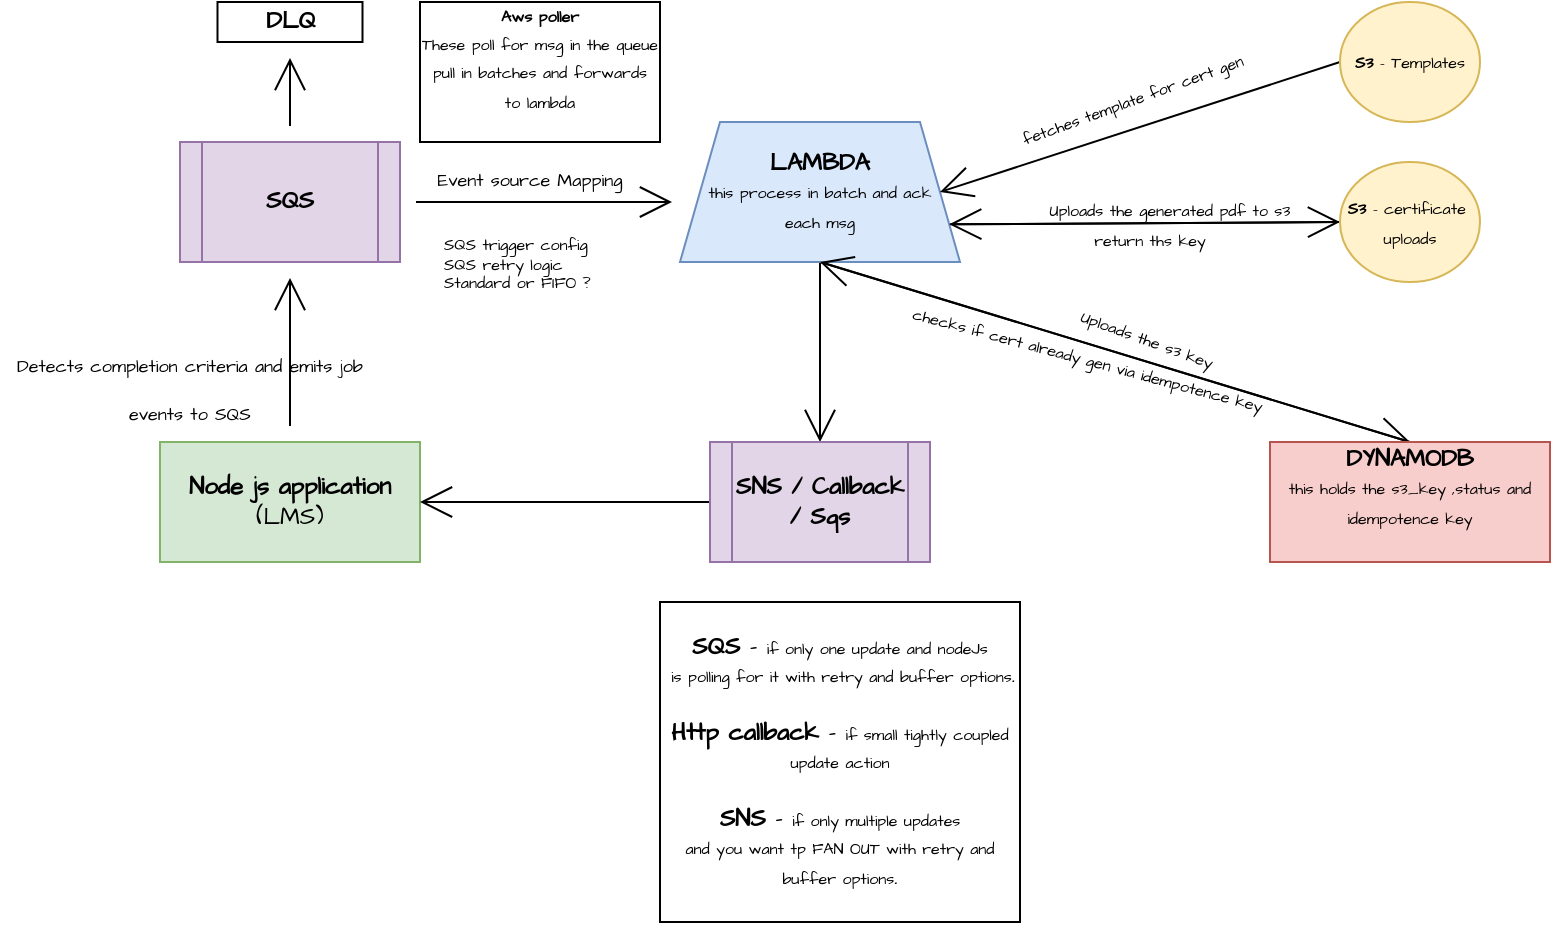
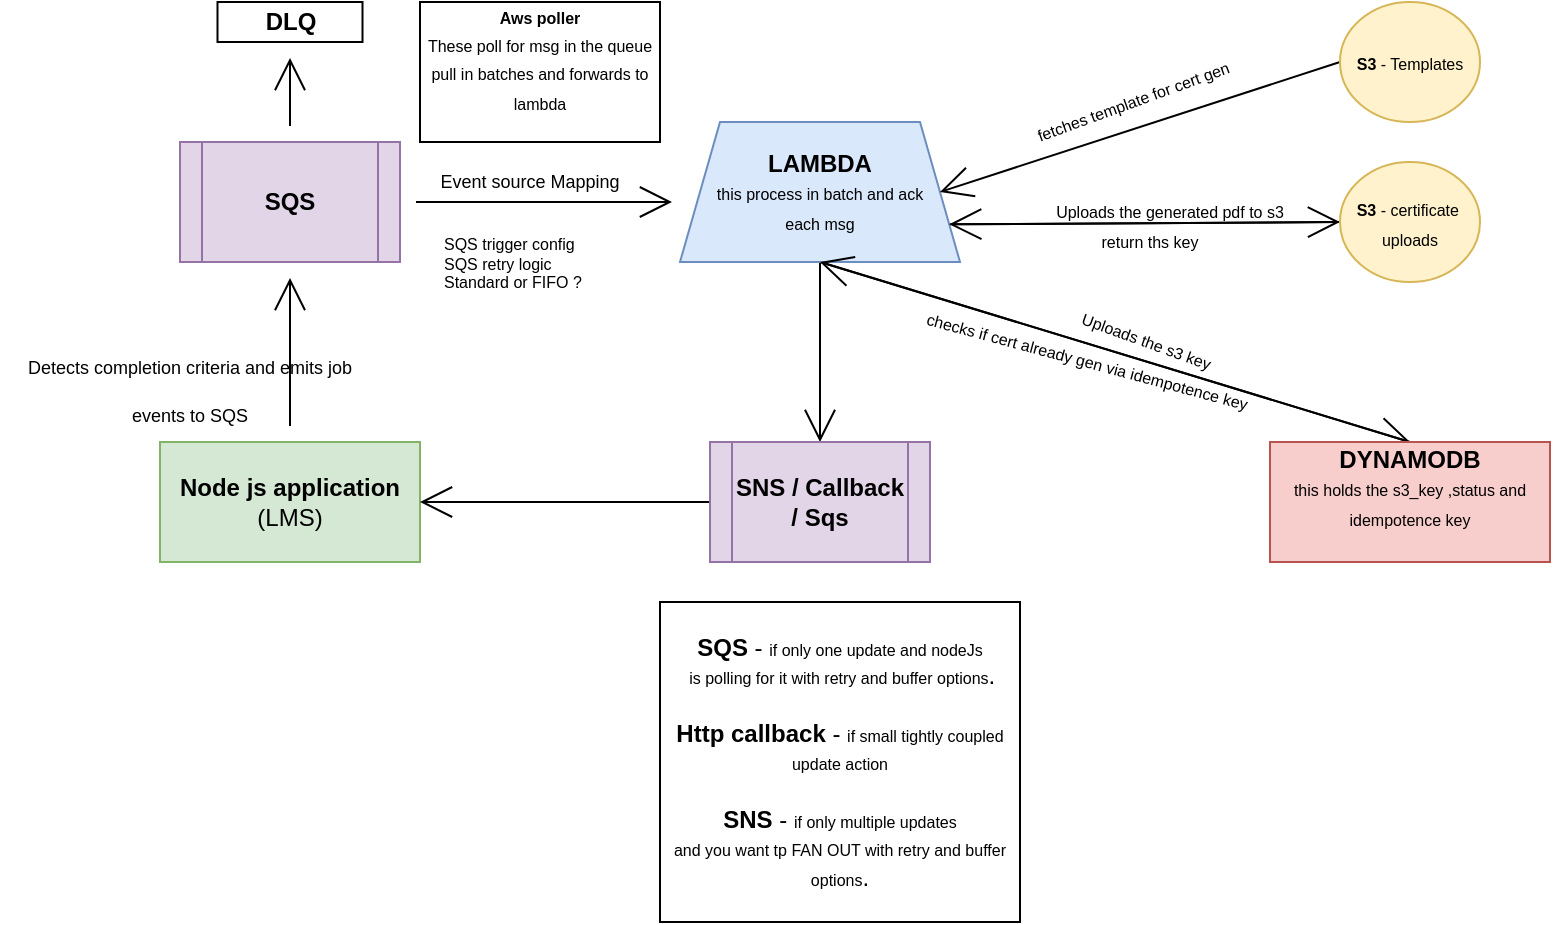
<mxfile host="app.diagrams.net">
  <diagram name="Page-1" id="F6IZr67Q-73VVXjbw4A1">
-     <mxGraphModel dx="1512" dy="696" grid="1" gridSize="10" guides="1" tooltips="1" connect="1" arrows="1" fold="1" page="1" pageScale="1" pageWidth="850" pageHeight="1100" math="0" shadow="0">
+     <mxGraphModel dx="1372" dy="629" grid="1" gridSize="10" guides="1" tooltips="1" connect="1" arrows="1" fold="1" page="1" pageScale="1" pageWidth="850" pageHeight="1100" math="0" shadow="0">
      <root>
        <mxCell id="0" />
        <mxCell id="1" parent="0" />
-         <mxCell id="TBFKdWsUAUS7bOd73bcL-4" edge="1" parent="1" source="TBFKdWsUAUS7bOd73bcL-1" style="edgeStyle=none;curved=1;rounded=0;orthogonalLoop=1;jettySize=auto;html=1;fontFamily=Architects Daughter;fontSource=https%3A%2F%2Ffonts.googleapis.com%2Fcss%3Ffamily%3DArchitects%2BDaughter;fontSize=16;startSize=14;endArrow=open;endSize=14;sourcePerimeterSpacing=8;targetPerimeterSpacing=8;" target="TBFKdWsUAUS7bOd73bcL-3" value="">
+         <mxCell id="TBFKdWsUAUS7bOd73bcL-4" edge="1" parent="1" source="TBFKdWsUAUS7bOd73bcL-1" style="edgeStyle=none;curved=1;rounded=0;orthogonalLoop=1;jettySize=auto;html=1;fontFamily=Helvetica;fontSize=16;startSize=14;endArrow=open;endSize=14;sourcePerimeterSpacing=8;targetPerimeterSpacing=8;" target="TBFKdWsUAUS7bOd73bcL-3" value="">
          <mxGeometry relative="1" as="geometry" />
        </mxCell>
-         <mxCell id="TBFKdWsUAUS7bOd73bcL-1" parent="1" style="rounded=0;whiteSpace=wrap;html=1;fontFamily=Architects Daughter;fontSource=https%3A%2F%2Ffonts.googleapis.com%2Fcss%3Ffamily%3DArchitects%2BDaughter;fillColor=#d5e8d4;strokeColor=#82b366;" value="&lt;b&gt;Node js application&lt;/b&gt;&lt;br&gt;(LMS)" vertex="1">
+         <mxCell id="TBFKdWsUAUS7bOd73bcL-1" parent="1" style="rounded=0;whiteSpace=wrap;html=1;fontFamily=Helvetica;fillColor=#d5e8d4;strokeColor=#82b366;" value="&lt;b&gt;Node js application&lt;/b&gt;&lt;br&gt;(LMS)" vertex="1">
          <mxGeometry height="60" width="130" x="100" y="250" as="geometry" />
        </mxCell>
-         <mxCell id="TBFKdWsUAUS7bOd73bcL-8" edge="1" parent="1" source="TBFKdWsUAUS7bOd73bcL-3" style="edgeStyle=none;curved=1;rounded=0;orthogonalLoop=1;jettySize=auto;html=1;fontFamily=Architects Daughter;fontSource=https%3A%2F%2Ffonts.googleapis.com%2Fcss%3Ffamily%3DArchitects%2BDaughter;fontSize=16;startSize=14;endArrow=open;endSize=14;sourcePerimeterSpacing=8;targetPerimeterSpacing=8;" value="">
+         <mxCell id="TBFKdWsUAUS7bOd73bcL-8" edge="1" parent="1" source="TBFKdWsUAUS7bOd73bcL-3" style="edgeStyle=none;curved=1;rounded=0;orthogonalLoop=1;jettySize=auto;html=1;fontFamily=Helvetica;fontSize=16;startSize=14;endArrow=open;endSize=14;sourcePerimeterSpacing=8;targetPerimeterSpacing=8;" value="">
          <mxGeometry relative="1" as="geometry">
            <mxPoint x="356" y="130" as="targetPoint" />
          </mxGeometry>
        </mxCell>
-         <mxCell id="TBFKdWsUAUS7bOd73bcL-10" edge="1" parent="1" source="TBFKdWsUAUS7bOd73bcL-3" style="edgeStyle=none;curved=1;rounded=0;orthogonalLoop=1;jettySize=auto;html=1;fontFamily=Architects Daughter;fontSource=https%3A%2F%2Ffonts.googleapis.com%2Fcss%3Ffamily%3DArchitects%2BDaughter;fontSize=16;startSize=14;endArrow=open;endSize=14;sourcePerimeterSpacing=8;targetPerimeterSpacing=8;" target="TBFKdWsUAUS7bOd73bcL-9" value="">
+         <mxCell id="TBFKdWsUAUS7bOd73bcL-10" edge="1" parent="1" source="TBFKdWsUAUS7bOd73bcL-3" style="edgeStyle=none;curved=1;rounded=0;orthogonalLoop=1;jettySize=auto;html=1;fontFamily=Helvetica;fontSize=16;startSize=14;endArrow=open;endSize=14;sourcePerimeterSpacing=8;targetPerimeterSpacing=8;" target="TBFKdWsUAUS7bOd73bcL-9" value="">
          <mxGeometry relative="1" as="geometry" />
        </mxCell>
-         <mxCell id="TBFKdWsUAUS7bOd73bcL-3" parent="1" style="shape=process;whiteSpace=wrap;html=1;backgroundOutline=1;fontFamily=Architects Daughter;rounded=0;fontSource=https%3A%2F%2Ffonts.googleapis.com%2Fcss%3Ffamily%3DArchitects%2BDaughter;fillColor=#e1d5e7;strokeColor=#9673a6;" value="&lt;b&gt;SQS&lt;/b&gt;" vertex="1">
+         <mxCell id="TBFKdWsUAUS7bOd73bcL-3" parent="1" style="shape=process;whiteSpace=wrap;html=1;backgroundOutline=1;fontFamily=Helvetica;rounded=0;fillColor=#e1d5e7;strokeColor=#9673a6;" value="&lt;b&gt;SQS&lt;/b&gt;" vertex="1">
          <mxGeometry height="60" width="110" x="110" y="100" as="geometry" />
        </mxCell>
-         <mxCell id="TBFKdWsUAUS7bOd73bcL-5" parent="1" style="text;html=1;whiteSpace=wrap;strokeColor=none;fillColor=none;align=center;verticalAlign=middle;rounded=0;fontSize=20;fontFamily=Architects Daughter;fontSource=https%3A%2F%2Ffonts.googleapis.com%2Fcss%3Ffamily%3DArchitects%2BDaughter;" value="&lt;font style=&quot;font-size: 9px;&quot;&gt;Detects completion criteria and emits job events to SQS&lt;/font&gt;" vertex="1">
+         <mxCell id="TBFKdWsUAUS7bOd73bcL-5" parent="1" style="text;html=1;whiteSpace=wrap;strokeColor=none;fillColor=none;align=center;verticalAlign=middle;rounded=0;fontSize=20;fontFamily=Helvetica;" value="&lt;font style=&quot;font-size: 9px;&quot;&gt;Detects completion criteria and emits job events to SQS&lt;/font&gt;" vertex="1">
          <mxGeometry height="40" width="190" x="20" y="200" as="geometry" />
        </mxCell>
-         <mxCell id="TBFKdWsUAUS7bOd73bcL-9" parent="1" style="whiteSpace=wrap;html=1;fontFamily=Architects Daughter;rounded=0;fontSource=https%3A%2F%2Ffonts.googleapis.com%2Fcss%3Ffamily%3DArchitects%2BDaughter;" value="&lt;b&gt;DLQ&lt;/b&gt;" vertex="1">
+         <mxCell id="TBFKdWsUAUS7bOd73bcL-9" parent="1" style="whiteSpace=wrap;html=1;fontFamily=Helvetica;rounded=0;" value="&lt;b&gt;DLQ&lt;/b&gt;" vertex="1">
          <mxGeometry height="20" width="72.5" x="128.75" y="30" as="geometry" />
        </mxCell>
-         <mxCell id="TBFKdWsUAUS7bOd73bcL-11" parent="1" style="text;html=1;whiteSpace=wrap;strokeColor=none;fillColor=none;align=center;verticalAlign=middle;rounded=0;fontSize=20;fontFamily=Architects Daughter;fontSource=https%3A%2F%2Ffonts.googleapis.com%2Fcss%3Ffamily%3DArchitects%2BDaughter;" value="&lt;font style=&quot;font-size: 9px;&quot;&gt;Event source Mapping&lt;/font&gt;" vertex="1">
+         <mxCell id="TBFKdWsUAUS7bOd73bcL-11" parent="1" style="text;html=1;whiteSpace=wrap;strokeColor=none;fillColor=none;align=center;verticalAlign=middle;rounded=0;fontSize=20;fontFamily=Helvetica;" value="&lt;font style=&quot;font-size: 9px;&quot;&gt;Event source Mapping&lt;/font&gt;" vertex="1">
          <mxGeometry height="30" width="130" x="220" y="100" as="geometry" />
        </mxCell>
-         <mxCell id="TBFKdWsUAUS7bOd73bcL-26" edge="1" parent="1" source="TBFKdWsUAUS7bOd73bcL-12" style="edgeStyle=none;curved=1;rounded=0;orthogonalLoop=1;jettySize=auto;html=1;exitX=0.5;exitY=1;exitDx=0;exitDy=0;entryX=0.5;entryY=0;entryDx=0;entryDy=0;fontFamily=Architects Daughter;fontSource=https%3A%2F%2Ffonts.googleapis.com%2Fcss%3Ffamily%3DArchitects%2BDaughter;fontSize=16;startSize=14;endArrow=open;endSize=14;sourcePerimeterSpacing=8;targetPerimeterSpacing=8;" target="TBFKdWsUAUS7bOd73bcL-25">
+         <mxCell id="TBFKdWsUAUS7bOd73bcL-26" edge="1" parent="1" source="TBFKdWsUAUS7bOd73bcL-12" style="edgeStyle=none;curved=1;rounded=0;orthogonalLoop=1;jettySize=auto;html=1;exitX=0.5;exitY=1;exitDx=0;exitDy=0;entryX=0.5;entryY=0;entryDx=0;entryDy=0;fontFamily=Helvetica;fontSize=16;startSize=14;endArrow=open;endSize=14;sourcePerimeterSpacing=8;targetPerimeterSpacing=8;" target="TBFKdWsUAUS7bOd73bcL-25">
          <mxGeometry relative="1" as="geometry" />
        </mxCell>
-         <mxCell id="TBFKdWsUAUS7bOd73bcL-32" edge="1" parent="1" source="TBFKdWsUAUS7bOd73bcL-12" style="edgeStyle=none;curved=1;rounded=0;orthogonalLoop=1;jettySize=auto;html=1;exitX=1;exitY=0.75;exitDx=0;exitDy=0;entryX=0;entryY=0.5;entryDx=0;entryDy=0;fontFamily=Architects Daughter;fontSource=https%3A%2F%2Ffonts.googleapis.com%2Fcss%3Ffamily%3DArchitects%2BDaughter;fontSize=16;startSize=14;endArrow=open;endSize=14;sourcePerimeterSpacing=8;targetPerimeterSpacing=8;" target="TBFKdWsUAUS7bOd73bcL-15">
+         <mxCell id="TBFKdWsUAUS7bOd73bcL-32" edge="1" parent="1" source="TBFKdWsUAUS7bOd73bcL-12" style="edgeStyle=none;curved=1;rounded=0;orthogonalLoop=1;jettySize=auto;html=1;exitX=1;exitY=0.75;exitDx=0;exitDy=0;entryX=0;entryY=0.5;entryDx=0;entryDy=0;fontFamily=Helvetica;fontSize=16;startSize=14;endArrow=open;endSize=14;sourcePerimeterSpacing=8;targetPerimeterSpacing=8;" target="TBFKdWsUAUS7bOd73bcL-15">
          <mxGeometry relative="1" as="geometry" />
        </mxCell>
-         <mxCell id="TBFKdWsUAUS7bOd73bcL-39" edge="1" parent="1" source="TBFKdWsUAUS7bOd73bcL-12" style="edgeStyle=none;curved=1;rounded=0;orthogonalLoop=1;jettySize=auto;html=1;exitX=0.5;exitY=1;exitDx=0;exitDy=0;entryX=0.5;entryY=0;entryDx=0;entryDy=0;fontFamily=Architects Daughter;fontSource=https%3A%2F%2Ffonts.googleapis.com%2Fcss%3Ffamily%3DArchitects%2BDaughter;fontSize=16;startSize=14;endArrow=open;endSize=14;sourcePerimeterSpacing=8;targetPerimeterSpacing=8;" target="TBFKdWsUAUS7bOd73bcL-38">
+         <mxCell id="TBFKdWsUAUS7bOd73bcL-39" edge="1" parent="1" source="TBFKdWsUAUS7bOd73bcL-12" style="edgeStyle=none;curved=1;rounded=0;orthogonalLoop=1;jettySize=auto;html=1;exitX=0.5;exitY=1;exitDx=0;exitDy=0;entryX=0.5;entryY=0;entryDx=0;entryDy=0;fontFamily=Helvetica;fontSize=16;startSize=14;endArrow=open;endSize=14;sourcePerimeterSpacing=8;targetPerimeterSpacing=8;" target="TBFKdWsUAUS7bOd73bcL-38">
          <mxGeometry relative="1" as="geometry" />
        </mxCell>
-         <mxCell id="TBFKdWsUAUS7bOd73bcL-12" parent="1" style="shape=trapezoid;perimeter=trapezoidPerimeter;whiteSpace=wrap;html=1;fixedSize=1;fontFamily=Architects Daughter;fontSource=https%3A%2F%2Ffonts.googleapis.com%2Fcss%3Ffamily%3DArchitects%2BDaughter;fillColor=#dae8fc;strokeColor=#6c8ebf;" value="&lt;b&gt;LAMBDA&lt;/b&gt;&lt;div&gt;&lt;font style=&quot;font-size: 8px;&quot;&gt;this process in batch and ack &lt;br&gt;each msg&lt;/font&gt;&lt;/div&gt;" vertex="1">
+         <mxCell id="TBFKdWsUAUS7bOd73bcL-12" parent="1" style="shape=trapezoid;perimeter=trapezoidPerimeter;whiteSpace=wrap;html=1;fixedSize=1;fontFamily=Helvetica;fillColor=#dae8fc;strokeColor=#6c8ebf;" value="&lt;b&gt;LAMBDA&lt;/b&gt;&lt;div&gt;&lt;font style=&quot;font-size: 8px;&quot;&gt;this process in batch and ack &lt;br&gt;each msg&lt;/font&gt;&lt;/div&gt;" vertex="1">
          <mxGeometry height="70" width="140" x="360" y="90" as="geometry" />
        </mxCell>
-         <mxCell id="TBFKdWsUAUS7bOd73bcL-13" parent="1" style="rounded=0;whiteSpace=wrap;html=1;fontFamily=Architects Daughter;fontSource=https%3A%2F%2Ffonts.googleapis.com%2Fcss%3Ffamily%3DArchitects%2BDaughter;" value="&lt;font style=&quot;font-size: 8px;&quot;&gt;&lt;b&gt;Aws poller&lt;/b&gt;&lt;br&gt;These poll for msg in the queue pull in batches and forwards to lambda&lt;br&gt;&lt;/font&gt;&lt;div&gt;&lt;br&gt;&lt;/div&gt;" vertex="1">
+         <mxCell id="TBFKdWsUAUS7bOd73bcL-13" parent="1" style="rounded=0;whiteSpace=wrap;html=1;fontFamily=Helvetica;" value="&lt;font style=&quot;font-size: 8px;&quot;&gt;&lt;b&gt;Aws poller&lt;/b&gt;&lt;br&gt;These poll for msg in the queue pull in batches and forwards to lambda&lt;br&gt;&lt;/font&gt;&lt;div&gt;&lt;br&gt;&lt;/div&gt;" vertex="1">
          <mxGeometry height="70" width="120" x="230" y="30" as="geometry" />
        </mxCell>
-         <mxCell id="TBFKdWsUAUS7bOd73bcL-16" edge="1" parent="1" source="TBFKdWsUAUS7bOd73bcL-14" style="edgeStyle=none;curved=1;rounded=0;orthogonalLoop=1;jettySize=auto;html=1;exitX=0;exitY=0.5;exitDx=0;exitDy=0;entryX=1;entryY=0.5;entryDx=0;entryDy=0;fontFamily=Architects Daughter;fontSource=https%3A%2F%2Ffonts.googleapis.com%2Fcss%3Ffamily%3DArchitects%2BDaughter;fontSize=16;startSize=14;endArrow=open;endSize=14;sourcePerimeterSpacing=8;targetPerimeterSpacing=8;" target="TBFKdWsUAUS7bOd73bcL-12">
+         <mxCell id="TBFKdWsUAUS7bOd73bcL-16" edge="1" parent="1" source="TBFKdWsUAUS7bOd73bcL-14" style="edgeStyle=none;curved=1;rounded=0;orthogonalLoop=1;jettySize=auto;html=1;exitX=0;exitY=0.5;exitDx=0;exitDy=0;entryX=1;entryY=0.5;entryDx=0;entryDy=0;fontFamily=Helvetica;fontSize=16;startSize=14;endArrow=open;endSize=14;sourcePerimeterSpacing=8;targetPerimeterSpacing=8;" target="TBFKdWsUAUS7bOd73bcL-12">
          <mxGeometry relative="1" as="geometry" />
        </mxCell>
-         <mxCell id="TBFKdWsUAUS7bOd73bcL-14" parent="1" style="ellipse;whiteSpace=wrap;html=1;fontFamily=Architects Daughter;fontSource=https%3A%2F%2Ffonts.googleapis.com%2Fcss%3Ffamily%3DArchitects%2BDaughter;rotation=0;fillColor=#fff2cc;strokeColor=#d6b656;" value="&lt;font style=&quot;font-size: 8px;&quot;&gt;&lt;b&gt;S3 &lt;/b&gt;- Templates&lt;/font&gt;" vertex="1">
+         <mxCell id="TBFKdWsUAUS7bOd73bcL-14" parent="1" style="ellipse;whiteSpace=wrap;html=1;fontFamily=Helvetica;rotation=0;fillColor=#fff2cc;strokeColor=#d6b656;" value="&lt;font style=&quot;font-size: 8px;&quot;&gt;&lt;b&gt;S3 &lt;/b&gt;- Templates&lt;/font&gt;" vertex="1">
          <mxGeometry height="60" width="70" x="690" y="30" as="geometry" />
        </mxCell>
-         <mxCell id="TBFKdWsUAUS7bOd73bcL-33" edge="1" parent="1" source="TBFKdWsUAUS7bOd73bcL-15" style="edgeStyle=none;curved=1;rounded=0;orthogonalLoop=1;jettySize=auto;html=1;exitX=0;exitY=0.5;exitDx=0;exitDy=0;entryX=1;entryY=0.75;entryDx=0;entryDy=0;fontFamily=Architects Daughter;fontSource=https%3A%2F%2Ffonts.googleapis.com%2Fcss%3Ffamily%3DArchitects%2BDaughter;fontSize=16;startSize=14;endArrow=open;endSize=14;sourcePerimeterSpacing=8;targetPerimeterSpacing=8;" target="TBFKdWsUAUS7bOd73bcL-12">
+         <mxCell id="TBFKdWsUAUS7bOd73bcL-33" edge="1" parent="1" source="TBFKdWsUAUS7bOd73bcL-15" style="edgeStyle=none;curved=1;rounded=0;orthogonalLoop=1;jettySize=auto;html=1;exitX=0;exitY=0.5;exitDx=0;exitDy=0;entryX=1;entryY=0.75;entryDx=0;entryDy=0;fontFamily=Helvetica;fontSize=16;startSize=14;endArrow=open;endSize=14;sourcePerimeterSpacing=8;targetPerimeterSpacing=8;" target="TBFKdWsUAUS7bOd73bcL-12">
          <mxGeometry relative="1" as="geometry" />
        </mxCell>
-         <mxCell id="TBFKdWsUAUS7bOd73bcL-15" parent="1" style="ellipse;whiteSpace=wrap;html=1;fontFamily=Architects Daughter;fontSource=https%3A%2F%2Ffonts.googleapis.com%2Fcss%3Ffamily%3DArchitects%2BDaughter;rotation=0;fillColor=#fff2cc;strokeColor=#d6b656;" value="&lt;font style=&quot;font-size: 8px;&quot;&gt;&lt;b&gt;S3 &lt;/b&gt;- certificate&amp;nbsp;&lt;br&gt;uploads&lt;/font&gt;" vertex="1">
+         <mxCell id="TBFKdWsUAUS7bOd73bcL-15" parent="1" style="ellipse;whiteSpace=wrap;html=1;fontFamily=Helvetica;rotation=0;fillColor=#fff2cc;strokeColor=#d6b656;" value="&lt;font style=&quot;font-size: 8px;&quot;&gt;&lt;b&gt;S3 &lt;/b&gt;- certificate&amp;nbsp;&lt;br&gt;uploads&lt;/font&gt;" vertex="1">
          <mxGeometry height="60" width="70" x="690" y="110" as="geometry" />
        </mxCell>
-         <mxCell id="TBFKdWsUAUS7bOd73bcL-18" parent="1" style="text;html=1;whiteSpace=wrap;strokeColor=none;fillColor=none;align=center;verticalAlign=middle;rounded=0;fontSize=20;fontFamily=Architects Daughter;fontSource=https%3A%2F%2Ffonts.googleapis.com%2Fcss%3Ffamily%3DArchitects%2BDaughter;rotation=0;" value="&lt;font style=&quot;font-size: 8px;&quot;&gt;Uploads the generated pdf to s3&lt;/font&gt;" vertex="1">
+         <mxCell id="TBFKdWsUAUS7bOd73bcL-18" parent="1" style="text;html=1;whiteSpace=wrap;strokeColor=none;fillColor=none;align=center;verticalAlign=middle;rounded=0;fontSize=20;fontFamily=Helvetica;rotation=0;" value="&lt;font style=&quot;font-size: 8px;&quot;&gt;Uploads the generated pdf to s3&lt;/font&gt;" vertex="1">
          <mxGeometry height="30" width="130" x="540" y="115" as="geometry" />
        </mxCell>
-         <mxCell id="TBFKdWsUAUS7bOd73bcL-22" parent="1" style="text;html=1;whiteSpace=wrap;strokeColor=none;fillColor=none;align=center;verticalAlign=middle;rounded=0;fontSize=20;fontFamily=Architects Daughter;fontSource=https%3A%2F%2Ffonts.googleapis.com%2Fcss%3Ffamily%3DArchitects%2BDaughter;rotation=-20;" value="&lt;font style=&quot;font-size: 8px;&quot;&gt;fetches template for cert gen&lt;/font&gt;" vertex="1">
+         <mxCell id="TBFKdWsUAUS7bOd73bcL-22" parent="1" style="text;html=1;whiteSpace=wrap;strokeColor=none;fillColor=none;align=center;verticalAlign=middle;rounded=0;fontSize=20;fontFamily=Helvetica;rotation=-20;" value="&lt;font style=&quot;font-size: 8px;&quot;&gt;fetches template for cert gen&lt;/font&gt;" vertex="1">
          <mxGeometry height="30" width="130" x="520.000322500969" y="59.99669862795709" as="geometry" />
        </mxCell>
-         <mxCell id="TBFKdWsUAUS7bOd73bcL-24" parent="1" style="text;whiteSpace=wrap;fontFamily=Architects Daughter;fontSource=https%3A%2F%2Ffonts.googleapis.com%2Fcss%3Ffamily%3DArchitects%2BDaughter;fontSize=8;" value="SQS trigger config&#xa;SQS retry logic&#xa;Standard or FIFO ?" vertex="1">
+         <mxCell id="TBFKdWsUAUS7bOd73bcL-24" parent="1" style="text;whiteSpace=wrap;fontFamily=Helvetica;fontSize=8;" value="SQS trigger config&#xa;SQS retry logic&#xa;Standard or FIFO ?" vertex="1">
          <mxGeometry height="40" width="80" x="240" y="140" as="geometry" />
        </mxCell>
-         <mxCell id="TBFKdWsUAUS7bOd73bcL-27" edge="1" parent="1" source="TBFKdWsUAUS7bOd73bcL-25" style="edgeStyle=none;curved=1;rounded=0;orthogonalLoop=1;jettySize=auto;html=1;exitX=0.5;exitY=0;exitDx=0;exitDy=0;entryX=0.5;entryY=1;entryDx=0;entryDy=0;fontFamily=Architects Daughter;fontSource=https%3A%2F%2Ffonts.googleapis.com%2Fcss%3Ffamily%3DArchitects%2BDaughter;fontSize=16;startSize=14;endArrow=open;endSize=14;sourcePerimeterSpacing=8;targetPerimeterSpacing=8;" target="TBFKdWsUAUS7bOd73bcL-12">
+         <mxCell id="TBFKdWsUAUS7bOd73bcL-27" edge="1" parent="1" source="TBFKdWsUAUS7bOd73bcL-25" style="edgeStyle=none;curved=1;rounded=0;orthogonalLoop=1;jettySize=auto;html=1;exitX=0.5;exitY=0;exitDx=0;exitDy=0;entryX=0.5;entryY=1;entryDx=0;entryDy=0;fontFamily=Helvetica;fontSize=16;startSize=14;endArrow=open;endSize=14;sourcePerimeterSpacing=8;targetPerimeterSpacing=8;" target="TBFKdWsUAUS7bOd73bcL-12">
          <mxGeometry relative="1" as="geometry" />
        </mxCell>
-         <mxCell id="TBFKdWsUAUS7bOd73bcL-25" parent="1" style="rounded=0;whiteSpace=wrap;html=1;fontFamily=Architects Daughter;fontSource=https%3A%2F%2Ffonts.googleapis.com%2Fcss%3Ffamily%3DArchitects%2BDaughter;fillColor=#f8cecc;strokeColor=#b85450;" value="&lt;b&gt;DYNAMODB&lt;/b&gt;&lt;div&gt;&lt;font style=&quot;font-size: 8px;&quot;&gt;this holds the s3_key ,status and idempotence key&lt;/font&gt;&lt;br&gt;&lt;div&gt;&lt;br&gt;&lt;/div&gt;&lt;/div&gt;" vertex="1">
+         <mxCell id="TBFKdWsUAUS7bOd73bcL-25" parent="1" style="rounded=0;whiteSpace=wrap;html=1;fontFamily=Helvetica;fillColor=#f8cecc;strokeColor=#b85450;" value="&lt;b&gt;DYNAMODB&lt;/b&gt;&lt;div&gt;&lt;font style=&quot;font-size: 8px;&quot;&gt;this holds the s3_key ,status and idempotence key&lt;/font&gt;&lt;br&gt;&lt;div&gt;&lt;br&gt;&lt;/div&gt;&lt;/div&gt;" vertex="1">
          <mxGeometry height="60" width="140" x="655" y="250" as="geometry" />
        </mxCell>
-         <mxCell id="TBFKdWsUAUS7bOd73bcL-20" parent="1" style="text;html=1;whiteSpace=wrap;strokeColor=none;fillColor=none;align=center;verticalAlign=middle;rounded=0;fontSize=20;fontFamily=Architects Daughter;fontSource=https%3A%2F%2Ffonts.googleapis.com%2Fcss%3Ffamily%3DArchitects%2BDaughter;rotation=0;" value="&lt;font style=&quot;font-size: 8px;&quot;&gt;return ths key&lt;/font&gt;" vertex="1">
+         <mxCell id="TBFKdWsUAUS7bOd73bcL-20" parent="1" style="text;html=1;whiteSpace=wrap;strokeColor=none;fillColor=none;align=center;verticalAlign=middle;rounded=0;fontSize=20;fontFamily=Helvetica;rotation=0;" value="&lt;font style=&quot;font-size: 8px;&quot;&gt;return ths key&lt;/font&gt;" vertex="1">
          <mxGeometry height="30" width="130" x="530.000322500969" y="129.99669862795707" as="geometry" />
        </mxCell>
-         <mxCell id="TBFKdWsUAUS7bOd73bcL-34" parent="1" style="text;html=1;whiteSpace=wrap;strokeColor=none;fillColor=none;align=center;verticalAlign=middle;rounded=0;fontSize=20;fontFamily=Architects Daughter;fontSource=https%3A%2F%2Ffonts.googleapis.com%2Fcss%3Ffamily%3DArchitects%2BDaughter;rotation=20;" value="&lt;span style=&quot;font-size: 8px;&quot;&gt;Uploads the s3 key&lt;/span&gt;" vertex="1">
+         <mxCell id="TBFKdWsUAUS7bOd73bcL-34" parent="1" style="text;html=1;whiteSpace=wrap;strokeColor=none;fillColor=none;align=center;verticalAlign=middle;rounded=0;fontSize=20;fontFamily=Helvetica;rotation=20;" value="&lt;span style=&quot;font-size: 8px;&quot;&gt;Uploads the s3 key&lt;/span&gt;" vertex="1">
          <mxGeometry height="30" width="130" x="530.000322500969" y="179.99669862795704" as="geometry" />
        </mxCell>
-         <mxCell id="TBFKdWsUAUS7bOd73bcL-35" parent="1" style="text;html=1;whiteSpace=wrap;strokeColor=none;fillColor=none;align=center;verticalAlign=middle;rounded=0;fontSize=20;fontFamily=Architects Daughter;fontSource=https%3A%2F%2Ffonts.googleapis.com%2Fcss%3Ffamily%3DArchitects%2BDaughter;rotation=15;" value="&lt;font style=&quot;font-size: 8px;&quot;&gt;checks if cert already gen via idempotence key&lt;/font&gt;" vertex="1">
+         <mxCell id="TBFKdWsUAUS7bOd73bcL-35" parent="1" style="text;html=1;whiteSpace=wrap;strokeColor=none;fillColor=none;align=center;verticalAlign=middle;rounded=0;fontSize=20;fontFamily=Helvetica;rotation=15;" value="&lt;font style=&quot;font-size: 8px;&quot;&gt;checks if cert already gen via idempotence key&lt;/font&gt;" vertex="1">
          <mxGeometry height="30" width="190" x="470" y="190" as="geometry" />
        </mxCell>
-         <mxCell id="TBFKdWsUAUS7bOd73bcL-40" edge="1" parent="1" source="TBFKdWsUAUS7bOd73bcL-38" style="edgeStyle=none;curved=1;rounded=0;orthogonalLoop=1;jettySize=auto;html=1;exitX=0;exitY=0.5;exitDx=0;exitDy=0;entryX=1;entryY=0.5;entryDx=0;entryDy=0;fontFamily=Architects Daughter;fontSource=https%3A%2F%2Ffonts.googleapis.com%2Fcss%3Ffamily%3DArchitects%2BDaughter;fontSize=16;startSize=14;endArrow=open;endSize=14;sourcePerimeterSpacing=8;targetPerimeterSpacing=8;" target="TBFKdWsUAUS7bOd73bcL-1">
+         <mxCell id="TBFKdWsUAUS7bOd73bcL-40" edge="1" parent="1" source="TBFKdWsUAUS7bOd73bcL-38" style="edgeStyle=none;curved=1;rounded=0;orthogonalLoop=1;jettySize=auto;html=1;exitX=0;exitY=0.5;exitDx=0;exitDy=0;entryX=1;entryY=0.5;entryDx=0;entryDy=0;fontFamily=Helvetica;fontSize=16;startSize=14;endArrow=open;endSize=14;sourcePerimeterSpacing=8;targetPerimeterSpacing=8;" target="TBFKdWsUAUS7bOd73bcL-1">
          <mxGeometry relative="1" as="geometry" />
        </mxCell>
-         <mxCell id="TBFKdWsUAUS7bOd73bcL-38" parent="1" style="shape=process;whiteSpace=wrap;html=1;backgroundOutline=1;fontFamily=Architects Daughter;rounded=0;fontSource=https%3A%2F%2Ffonts.googleapis.com%2Fcss%3Ffamily%3DArchitects%2BDaughter;fillColor=#e1d5e7;strokeColor=#9673a6;" value="&lt;b&gt;SNS / Callback / Sqs&lt;/b&gt;" vertex="1">
+         <mxCell id="TBFKdWsUAUS7bOd73bcL-38" parent="1" style="shape=process;whiteSpace=wrap;html=1;backgroundOutline=1;fontFamily=Helvetica;rounded=0;fillColor=#e1d5e7;strokeColor=#9673a6;" value="&lt;b&gt;SNS / Callback / Sqs&lt;/b&gt;" vertex="1">
          <mxGeometry height="60" width="110" x="375" y="250" as="geometry" />
        </mxCell>
-         <mxCell id="TBFKdWsUAUS7bOd73bcL-46" parent="1" style="rounded=0;whiteSpace=wrap;html=1;fontFamily=Architects Daughter;fontSource=https%3A%2F%2Ffonts.googleapis.com%2Fcss%3Ffamily%3DArchitects%2BDaughter;" value="&lt;b&gt;SQS&lt;/b&gt; - &lt;font style=&quot;font-size: 8px;&quot;&gt;if only one update and nodeJs&lt;br&gt;&amp;nbsp;is polling for it with retry and buffer options&lt;/font&gt;.&lt;br&gt;&lt;br&gt;&lt;b&gt;Http callback&lt;/b&gt; - &lt;font style=&quot;font-size: 8px;&quot;&gt;if small tightly coupled update action&lt;br&gt;&lt;/font&gt;&lt;br&gt;&lt;div&gt;&lt;b&gt;SNS&lt;/b&gt;&amp;nbsp;-&amp;nbsp;&lt;font style=&quot;font-size: 8px;&quot;&gt;if only multiple updates &lt;br&gt;and you want tp FAN OUT with retry and buffer options&lt;/font&gt;.&lt;/div&gt;" vertex="1">
+         <mxCell id="TBFKdWsUAUS7bOd73bcL-46" parent="1" style="rounded=0;whiteSpace=wrap;html=1;fontFamily=Helvetica;" value="&lt;b&gt;SQS&lt;/b&gt; - &lt;font style=&quot;font-size: 8px;&quot;&gt;if only one update and nodeJs&lt;br&gt;&amp;nbsp;is polling for it with retry and buffer options&lt;/font&gt;.&lt;br&gt;&lt;br&gt;&lt;b&gt;Http callback&lt;/b&gt; - &lt;font style=&quot;font-size: 8px;&quot;&gt;if small tightly coupled update action&lt;br&gt;&lt;/font&gt;&lt;br&gt;&lt;div&gt;&lt;b&gt;SNS&lt;/b&gt;&amp;nbsp;-&amp;nbsp;&lt;font style=&quot;font-size: 8px;&quot;&gt;if only multiple updates &lt;br&gt;and you want tp FAN OUT with retry and buffer options&lt;/font&gt;.&lt;/div&gt;" vertex="1">
          <mxGeometry height="160" width="180" x="350" y="330" as="geometry" />
        </mxCell>
      </root>
    </mxGraphModel>
  </diagram>
</mxfile>
